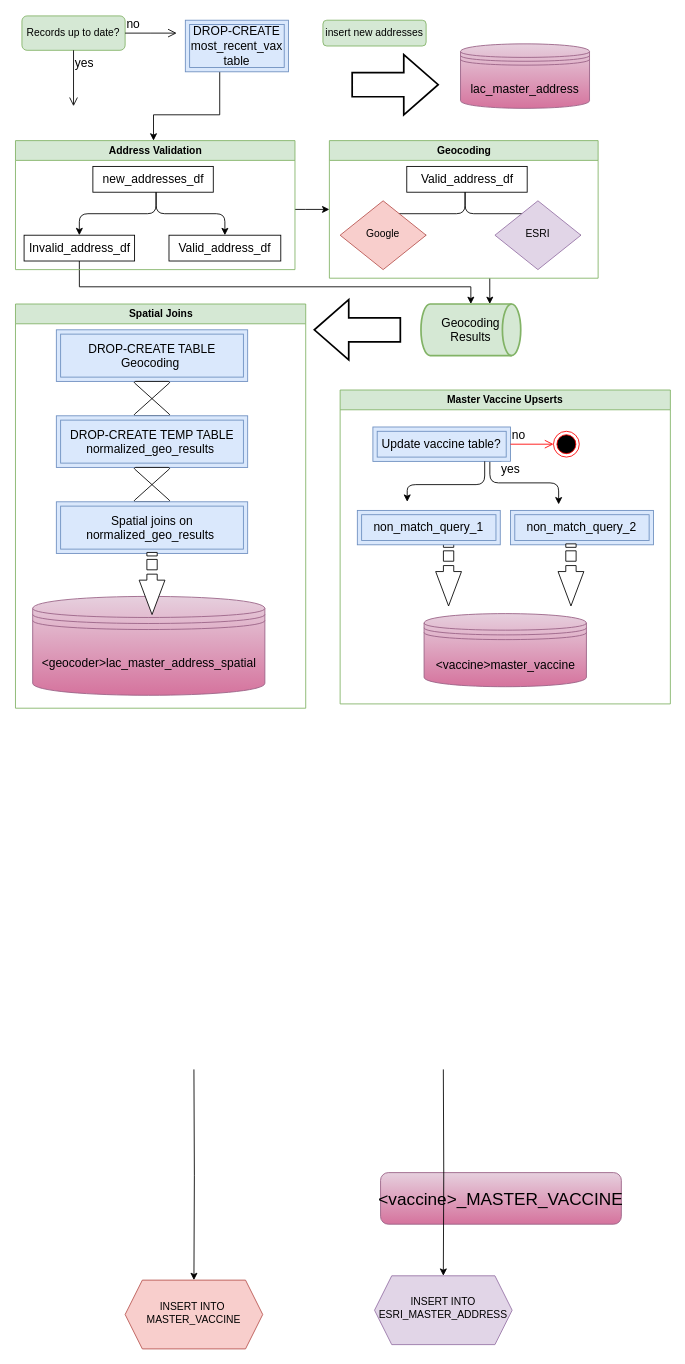
The draw.io diagram conolidated_address_pipeline.drawio in Primordial-Haggis/LA_county_vax_etl_workflow, before the edit. Source tidied: cells renumbered, new cells numbered last; positions are measured from the earlier drawing's top-left corner, leaving out a move shared by most shapes. Both pictures are drawn from the tidied source at 86%, with x=0, y=0 at pixel (15, 15).
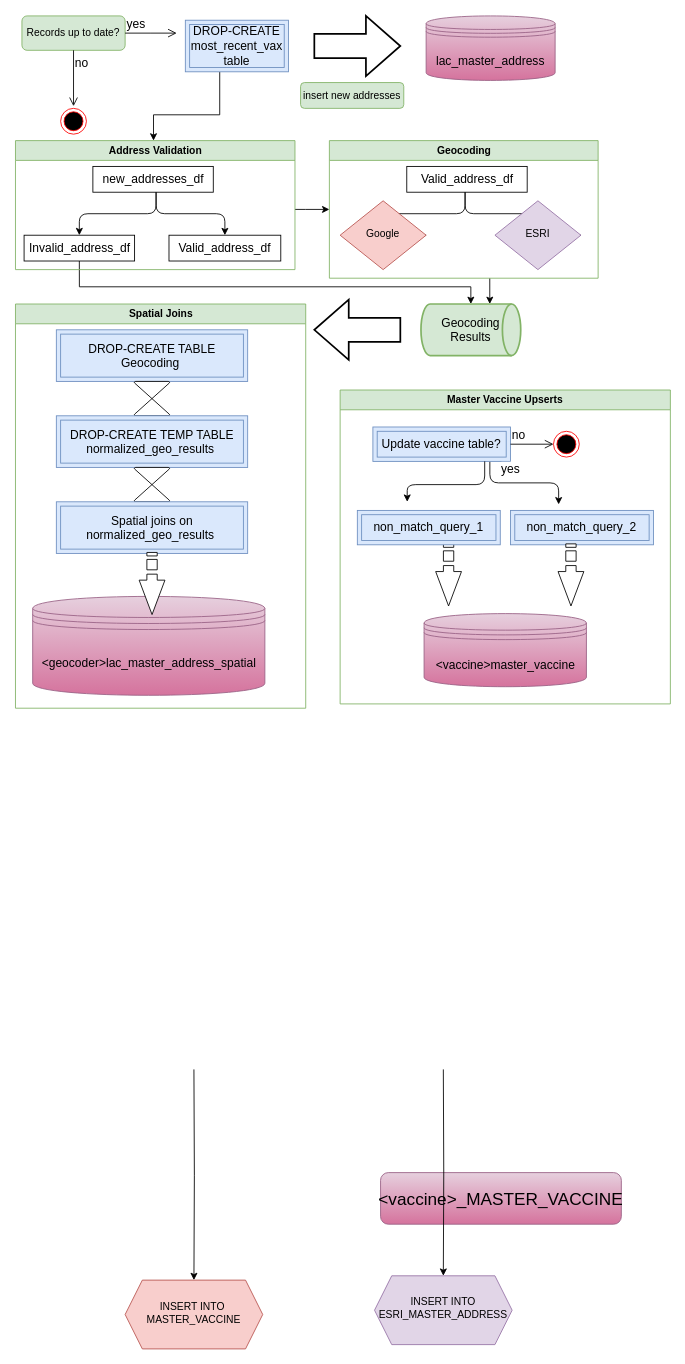
The same diagram, later.

The change refers to these unchanged cells:
```xml
<mxCell id="39" value="Master Vaccine Upserts" style="horizontal=1;whiteSpace=wrap;html=1;fontSize=12;glass=0;strokeWidth=1;shadow=0;fillColor=#d5e8d4;strokeColor=#82b366;swimlane;" parent="1" vertex="1">
  <mxGeometry x="378" y="435" width="384" height="365" as="geometry" />
</mxCell>
<mxCell id="42" style="ellipse;html=1;shape=endState;fillColor=#000000;strokeColor=#ff0000;fontSize=14;" parent="39" vertex="1">
  <mxGeometry x="248.1" y="48" width="30" height="30" as="geometry" />
</mxCell>
<mxCell id="47" value="Update vaccine table?" style="shape=ext;margin=3;double=1;whiteSpace=wrap;html=1;align=center;fontSize=14;fillColor=#dae8fc;strokeColor=#6c8ebf;" parent="39" vertex="1">
  <mxGeometry x="38.1" y="43" width="160" height="40" as="geometry" />
</mxCell>
<mxCell id="50" value="Records up to date?" style="rounded=1;whiteSpace=wrap;html=1;fontSize=12;glass=0;strokeWidth=1;shadow=0;fillColor=#d5e8d4;strokeColor=#82b366;" parent="1" vertex="1">
  <mxGeometry x="8" width="120" height="40" as="geometry" />
</mxCell>
```

What changed in the source:
```diff
@@
     <mxCell id="7" value="insert new addresses" style="rounded=1;whiteSpace=wrap;html=1;fontSize=12;glass=0;strokeWidth=1;shadow=0;fillColor=#d5e8d4;strokeColor=#82b366;" parent="1" vertex="1">
-      <mxGeometry x="358" y="5" width="120" height="30" as="geometry" />
+      <mxGeometry x="332" y="77.5" width="120" height="30" as="geometry" />
     </mxCell>
     <mxCell id="8" value="&lt;font style=&quot;font-size: 14px;&quot;&gt;lac_master_address&lt;/font&gt;" style="shape=datastore;whiteSpace=wrap;html=1;fontSize=18;fontSize=20;fillColor=#e6d0de;gradientColor=#d5739d;strokeColor=#996185;" parent="1" vertex="1">
-      <mxGeometry x="518" y="32.5" width="150" height="75" as="geometry" />
+      <mxGeometry x="478" width="150" height="75" as="geometry" />
     </mxCell>
@@
     <mxCell id="38" style="verticalLabelPosition=bottom;verticalAlign=top;html=1;strokeWidth=2;shape=mxgraph.arrows2.arrow;dy=0.6;dx=40;notch=0;fontSize=14;rotation=0;" parent="1" vertex="1">
-      <mxGeometry x="392" y="45" width="100" height="70" as="geometry" />
+      <mxGeometry x="348" width="100" height="70" as="geometry" />
     </mxCell>
@@
-    <mxCell id="48" value="no" style="edgeStyle=orthogonalEdgeStyle;html=1;align=left;verticalAlign=bottom;endArrow=open;endSize=8;strokeColor=#ff0000;rounded=0;fontSize=14;entryX=0;entryY=0.5;entryDx=0;entryDy=0;" parent="39" edge="1" source="47" target="42">
+    <mxCell id="48" value="no" style="edgeStyle=orthogonalEdgeStyle;html=1;align=left;verticalAlign=bottom;endArrow=open;endSize=8;rounded=0;fontSize=14;entryX=0;entryY=0.5;entryDx=0;entryDy=0;" parent="39" edge="1" source="47" target="42">
       <mxGeometry x="-1" relative="1" as="geometry" />
     </mxCell>
@@
-    <mxCell id="51" value="no" style="edgeStyle=orthogonalEdgeStyle;html=1;align=left;verticalAlign=bottom;endArrow=open;endSize=8;rounded=0;fontSize=14;" parent="1" edge="1" source="50">
+    <mxCell id="51" value="yes" style="edgeStyle=orthogonalEdgeStyle;html=1;align=left;verticalAlign=bottom;endArrow=open;endSize=8;rounded=0;fontSize=14;" parent="1" edge="1" source="50">
       <mxGeometry x="-1" relative="1" as="geometry">
         <mxPoint x="188" y="20" as="targetPoint" />
       </mxGeometry>
     </mxCell>
-    <mxCell id="52" value="yes" style="edgeStyle=orthogonalEdgeStyle;html=1;align=left;verticalAlign=top;endArrow=open;endSize=8;rounded=0;fontSize=14;" parent="1" edge="1" source="50">
+    <mxCell id="52" value="no" style="edgeStyle=orthogonalEdgeStyle;html=1;align=left;verticalAlign=top;endArrow=open;endSize=8;rounded=0;fontSize=14;" parent="1" edge="1" source="50">
       <mxGeometry x="-1" relative="1" as="geometry">
         <mxPoint x="68" y="105" as="targetPoint" />
         <Array as="points">
           <mxPoint x="68" y="85" />
           <mxPoint x="68" y="85" />
         </Array>
       </mxGeometry>
     </mxCell>
+    <mxCell id="53" style="ellipse;html=1;shape=endState;fillColor=#000000;strokeColor=#ff0000;fontSize=14;" parent="1" vertex="1">
+      <mxGeometry x="53" y="107.5" width="30" height="30" as="geometry" />
+    </mxCell>
```
